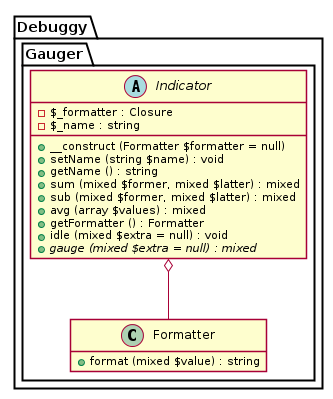
This is uml/plantuml/indicator.png from dnsl48/gauger, a PlantUML export, as it was before one commit.
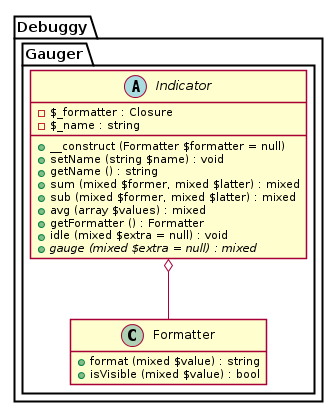
The same file after the commit.

Change to the diagram source:
```diff
@@ -19,6 +19,7 @@
 	namespace Gauger {
 		class "Formatter" as _Formatter {
 			+ format (mixed $value) : string
+			+ isVisible (mixed $value) : bool
 		}
 	}
 }
```
